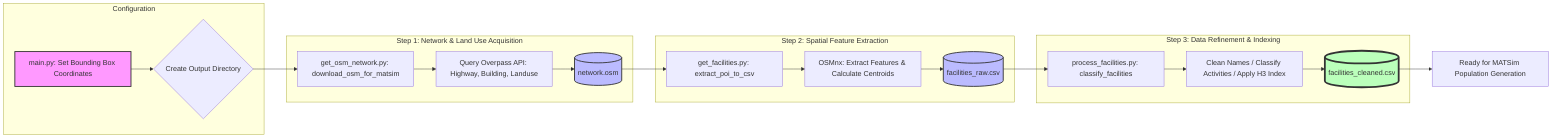
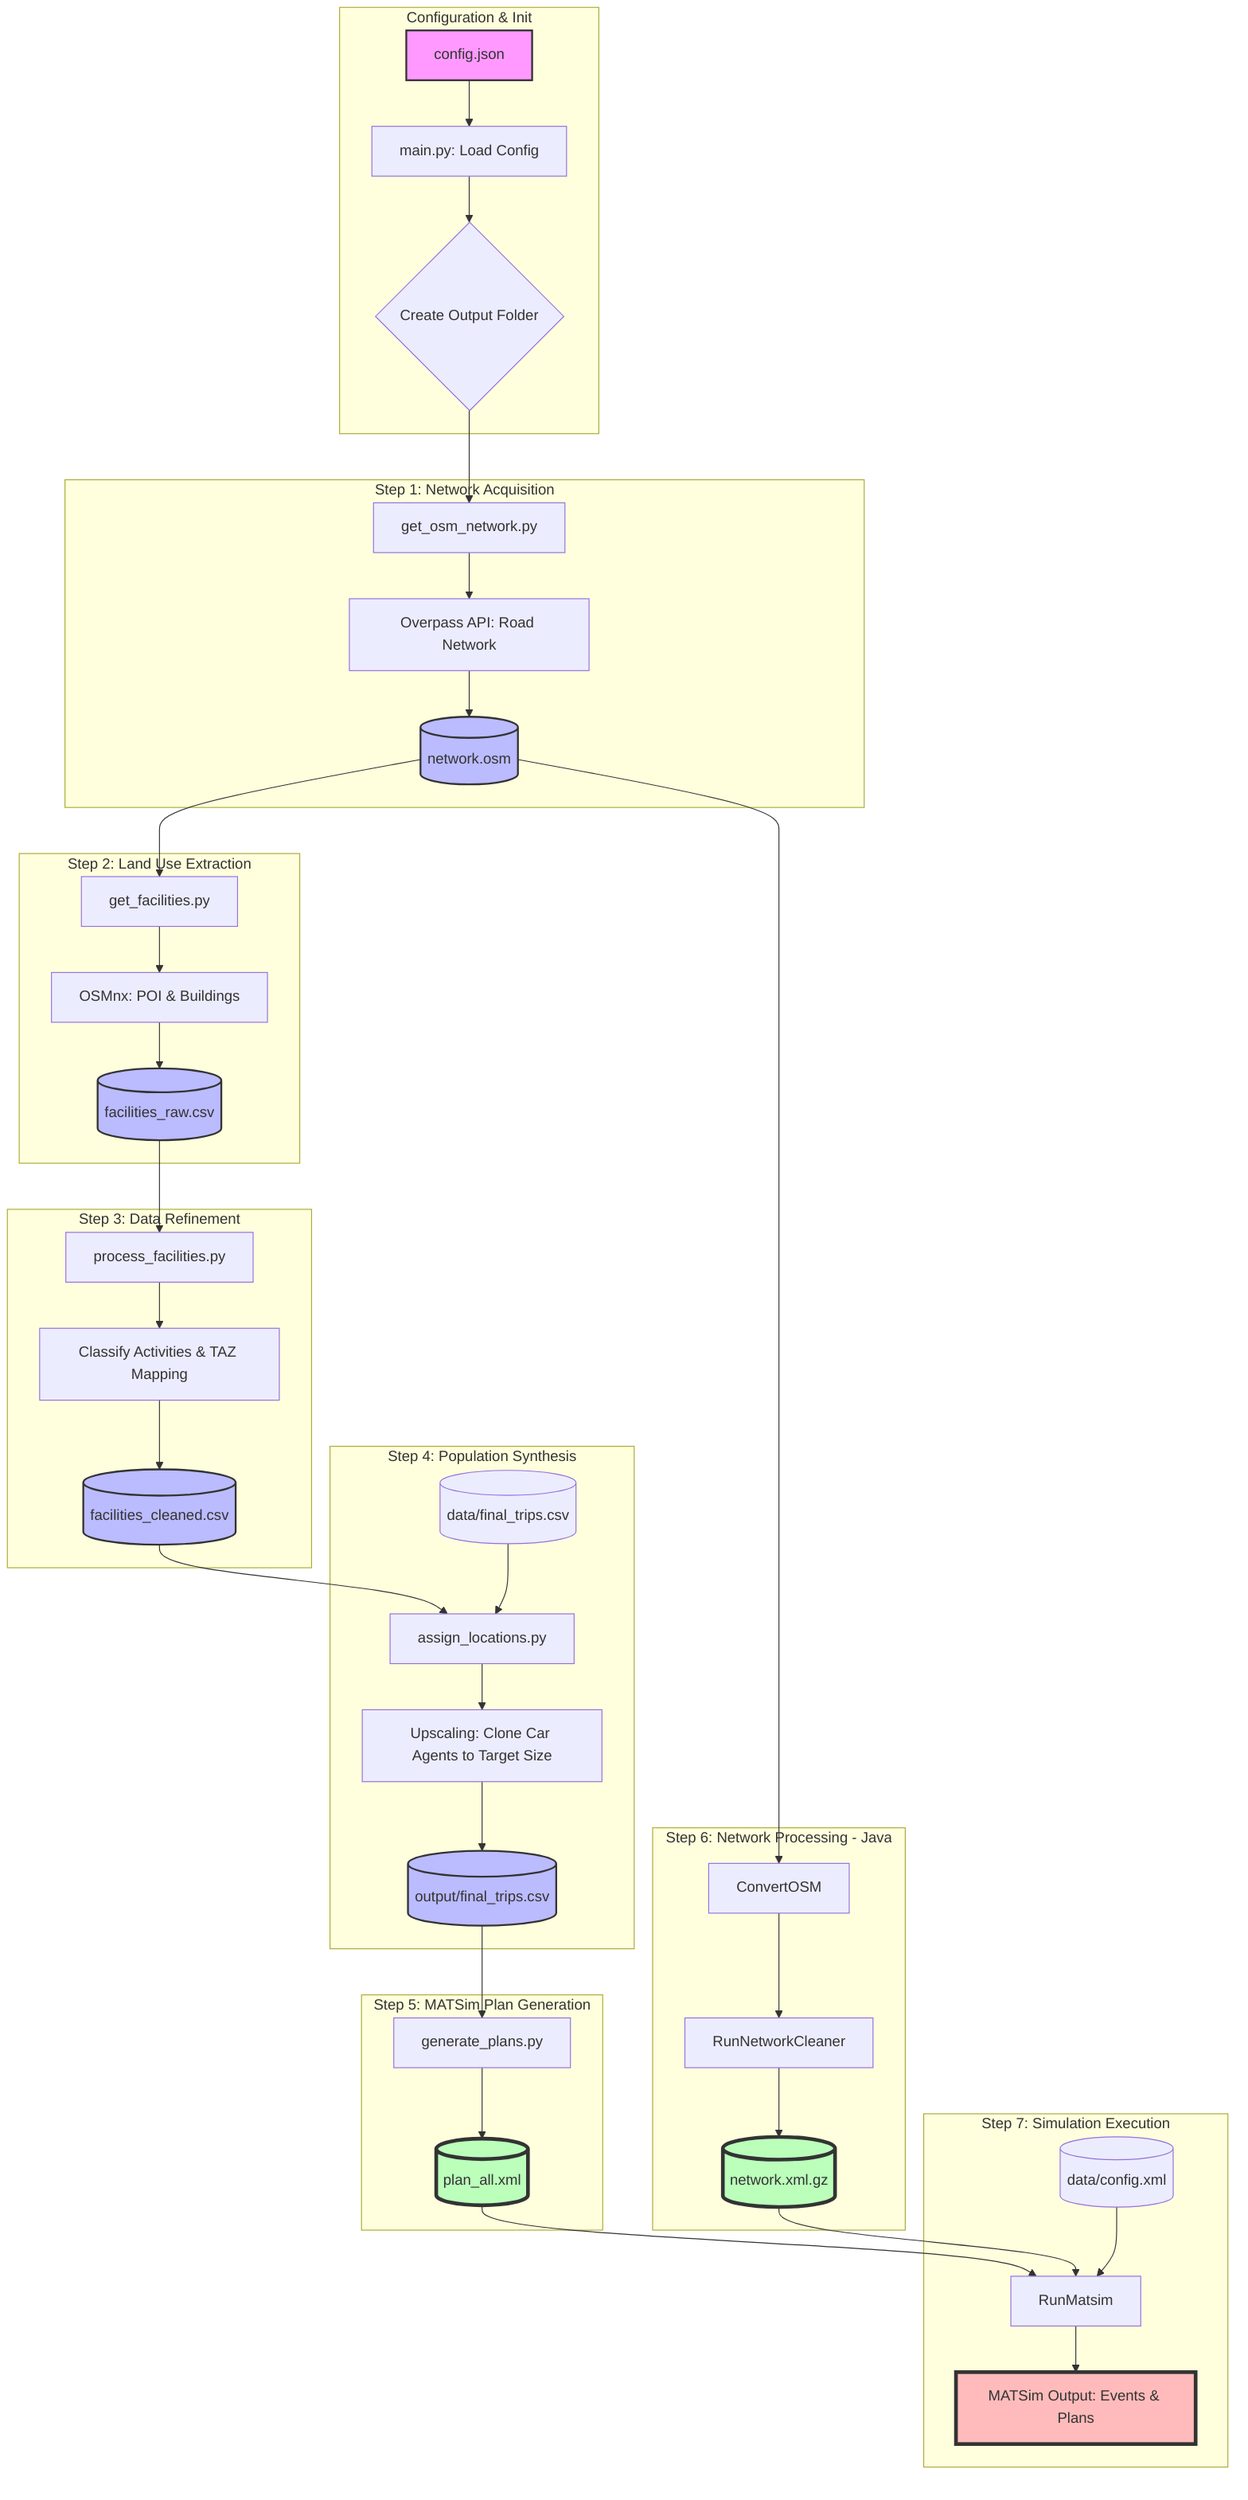
- graph LR
-     subgraph Setup [Configuration]
-         A[main.py: Set Bounding Box Coordinates] --> B{Create Output Directory}
+ graph TD
+     subgraph Setup [Configuration & Init]
+         A[config.json] --> B[main.py: Load Config]
+         B --> C{Create Output Folder}
    end

-     subgraph Step1 [Step 1: Network & Land Use Acquisition]
-         B --> C[get_osm_network.py: download_osm_for_matsim]
-         C --> D[Query Overpass API: Highway, Building, Landuse]
-         D --> E[(network.osm)]
+     subgraph Step1 [Step 1: Network Acquisition]
+         C --> D[get_osm_network.py]
+         D --> E[Overpass API: Road Network]
+         E --> F[(network.osm)]
    end

-     subgraph Step2 [Step 2: Spatial Feature Extraction]
-         E --> F[get_facilities.py: extract_poi_to_csv]
-         F --> G[OSMnx: Extract Features & Calculate Centroids]
-         G --> H[(facilities_raw.csv)]
+     subgraph Step2 [Step 2: Land Use Extraction]
+         F --> G[get_facilities.py]
+         G --> H[OSMnx: POI & Buildings]
+         H --> I[(facilities_raw.csv)]
    end

-     subgraph Step3 [Step 3: Data Refinement & Indexing]
-         H --> I[process_facilities.py: classify_facilities]
-         I --> J[Clean Names / Classify Activities / Apply H3 Index]
-         J --> K[(facilities_cleaned.csv)]
+     subgraph Step3 [Step 3: Data Refinement]
+         I --> J[process_facilities.py]
+         J --> K[Classify Activities & TAZ Mapping]
+         K --> L[(facilities_cleaned.csv)]
    end

-     K --> L[Ready for MATSim Population Generation]
+     subgraph Step4 [Step 4: Population Synthesis]
+         L --> M[assign_locations.py]
+         INPUT_TRIPS[(data/final_trips.csv)] --> M
+         M --> CLONE[Upscaling: Clone Car Agents to Target Size]
+         CLONE --> N[(output/final_trips.csv)]
+     end
+ 
+     subgraph Step5 [Step 5: MATSim Plan Generation]
+         N --> O[generate_plans.py]
+         O --> P[(plan_all.xml)]
+     end
+ 
+     subgraph Step6 [Step 6: Network Processing - Java]
+         F --> Q[ConvertOSM]
+         Q --> R[RunNetworkCleaner]
+         R --> S[(network.xml.gz)]
+     end
+ 
+     subgraph Step7 [Step 7: Simulation Execution]
+         P --> T[RunMatsim]
+         S --> T
+         CONFIG_XML[(data/config.xml)] --> T
+         T --> U[MATSim Output: Events & Plans]
+     end

    %% Styles
    style A fill:#f9f,stroke:#333,stroke-width:2px
-     style E fill:#bbf,stroke:#333,stroke-width:2px
-     style H fill:#bbf,stroke:#333,stroke-width:2px
-     style K fill:#bfb,stroke:#333,stroke-width:4px+     style F fill:#bbf,stroke:#333,stroke-width:2px
+     style I fill:#bbf,stroke:#333,stroke-width:2px
+     style L fill:#bbf,stroke:#333,stroke-width:2px
+     style N fill:#bbf,stroke:#333,stroke-width:2px
+     style P fill:#bfb,stroke:#333,stroke-width:4px
+     style S fill:#bfb,stroke:#333,stroke-width:4px
+     style U fill:#fbb,stroke:#333,stroke-width:4px